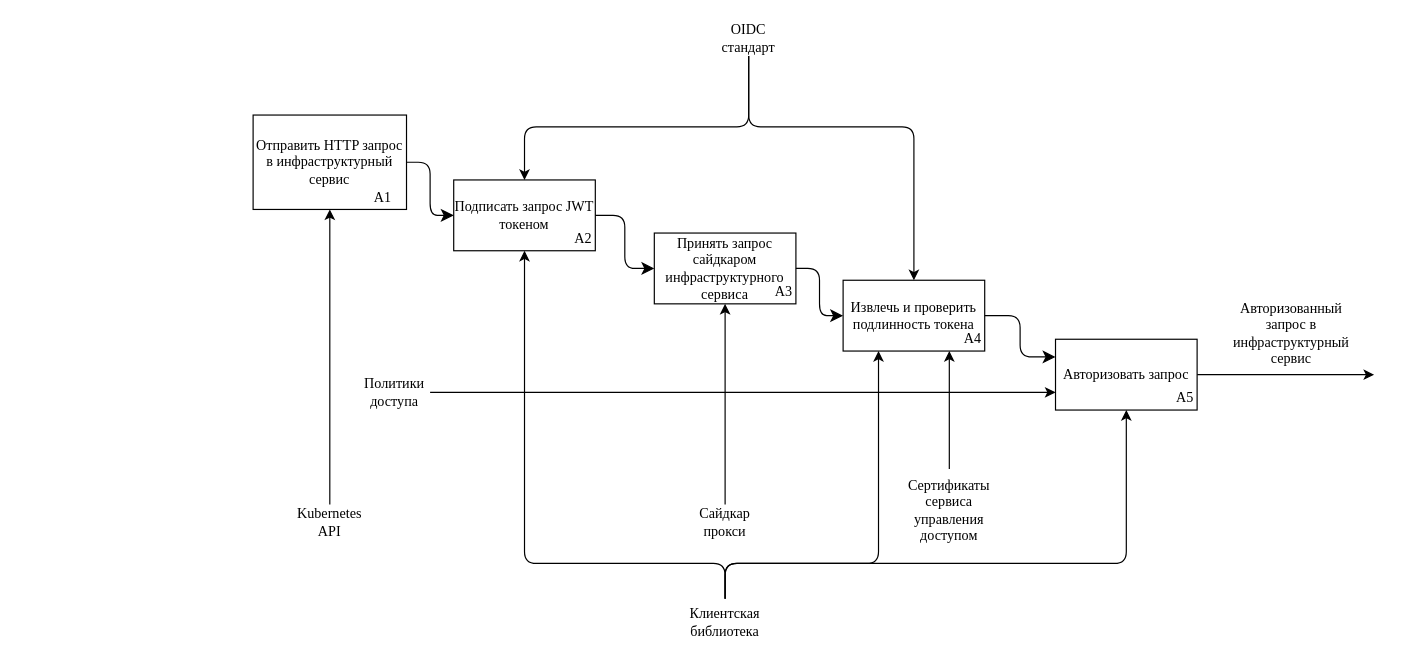
Before: page "A0:A1,A2,..." (2 of 3) of docs/prez/prez0.drawio in perpetua1g0d/bmstu-diploma, a draw.io diagram. Source tidied: cells renumbered, new cells numbered last; positions are measured from the earlier drawing's top-left corner, leaving out a move shared by most shapes. Both pictures are drawn from the tidied source at 118%, with x=0, y=0 at pixel (253, 20).
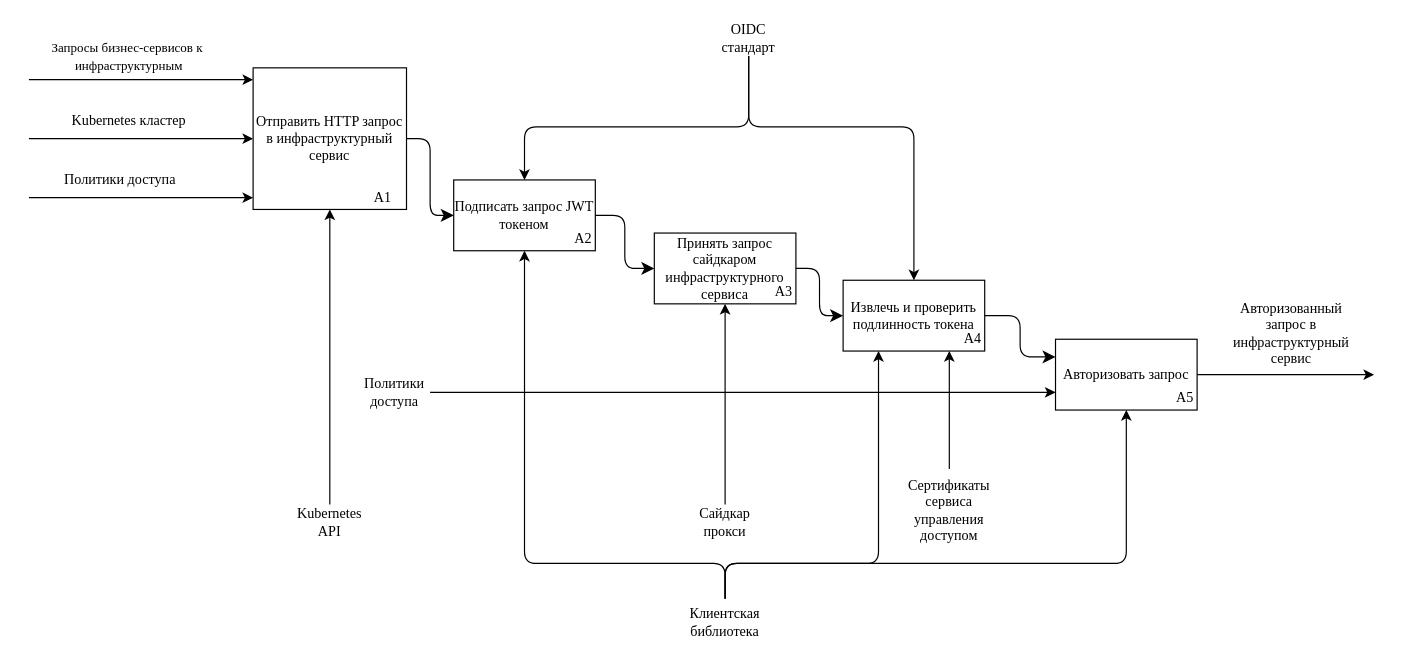
Above is the later version.

The edit, as a diff of the source:
```diff
@@
     <mxCell id="3" value="&lt;font face=&quot;Times New Roman&quot;&gt;Отправить HTTP запрос в инфраструктурный сервис&lt;/font&gt;" style="rounded=0;whiteSpace=wrap;html=1;" parent="1" vertex="1">
-      <mxGeometry y="80" width="130" height="80" as="geometry" />
+      <mxGeometry y="40" width="130" height="120" as="geometry" />
     </mxCell>
@@
+    <mxCell id="33" style="endArrow=classic;html=1;rounded=0;entryX=0;entryY=0.25;entryDx=0;entryDy=0;" parent="1" edge="1">
+      <mxGeometry relative="1" as="geometry">
+        <mxPoint x="-190" y="50" as="sourcePoint" />
+        <mxPoint y="50" as="targetPoint" />
+      </mxGeometry>
+    </mxCell>
+    <mxCell id="34" style="endArrow=classic;html=1;rounded=0;entryX=0;entryY=0.5;entryDx=0;entryDy=0;" parent="1" edge="1">
+      <mxGeometry relative="1" as="geometry">
+        <mxPoint x="-190" y="100" as="sourcePoint" />
+        <mxPoint y="100" as="targetPoint" />
+      </mxGeometry>
+    </mxCell>
+    <mxCell id="35" style="endArrow=classic;html=1;rounded=0;entryX=0;entryY=0.75;entryDx=0;entryDy=0;" parent="1" edge="1">
+      <mxGeometry relative="1" as="geometry">
+        <mxPoint x="-190" y="150" as="sourcePoint" />
+        <mxPoint y="150" as="targetPoint" />
+      </mxGeometry>
+    </mxCell>
+    <mxCell id="36" value="&lt;span style=&quot;font-size: 11px; white-space: nowrap; background-color: rgb(255, 255, 255);&quot;&gt;&lt;font face=&quot;Times New Roman&quot;&gt;Запросы бизнес-сервисов к&amp;nbsp;&lt;/font&gt;&lt;/span&gt;&lt;div&gt;&lt;span style=&quot;font-size: 11px; white-space: nowrap; background-color: rgb(255, 255, 255);&quot;&gt;&lt;font face=&quot;Times New Roman&quot;&gt;инфраструктурным&lt;/font&gt;&lt;/span&gt;&lt;/div&gt;" style="text;html=1;align=center;verticalAlign=middle;whiteSpace=wrap;rounded=0;" parent="1" vertex="1">
+      <mxGeometry x="-165" width="120" height="60" as="geometry" />
+    </mxCell>
+    <mxCell id="37" value="&lt;font face=&quot;Times New Roman&quot;&gt;Kubernetes кластер&lt;/font&gt;" style="text;html=1;align=center;verticalAlign=middle;whiteSpace=wrap;rounded=0;" parent="1" vertex="1">
+      <mxGeometry x="-190" y="70" width="170" height="30" as="geometry" />
+    </mxCell>
+    <mxCell id="38" value="&lt;font face=&quot;Times New Roman&quot;&gt;Политики доступа&lt;/font&gt;" style="text;html=1;align=center;verticalAlign=middle;whiteSpace=wrap;rounded=0;" parent="1" vertex="1">
+      <mxGeometry x="-170" y="120" width="115" height="30" as="geometry" />
+    </mxCell>
```
